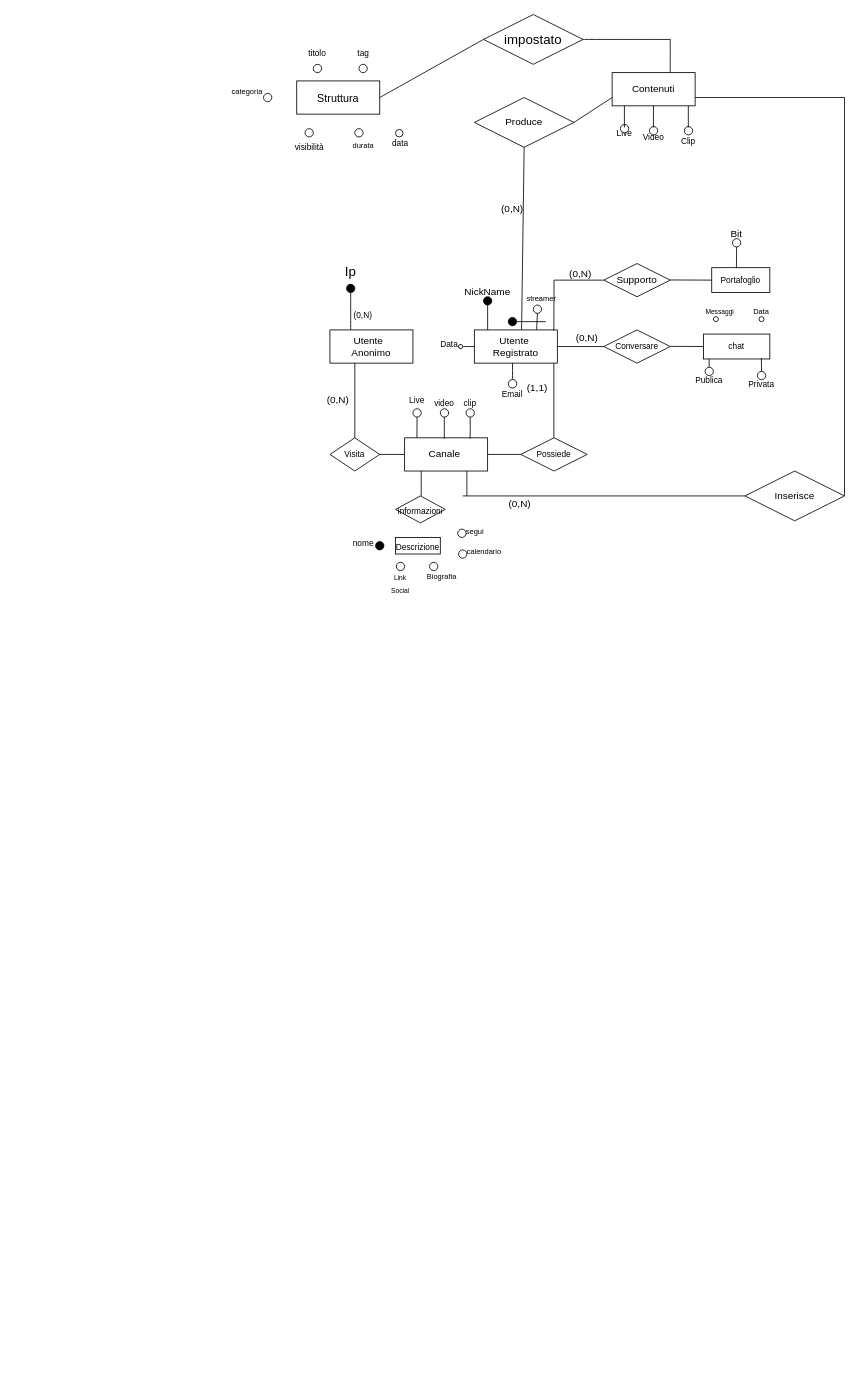
This is e_r_ridotto.drawio from Popper002/Streaming-Service-Db-project-unito, a draw.io file, before an edit. Source tidied: cells renumbered, new cells numbered last; positions are measured from the earlier drawing's top-left corner, leaving out a move shared by most shapes. Both pictures are drawn from the tidied source at 83%, with x=0, y=0 at pixel (14, 14).
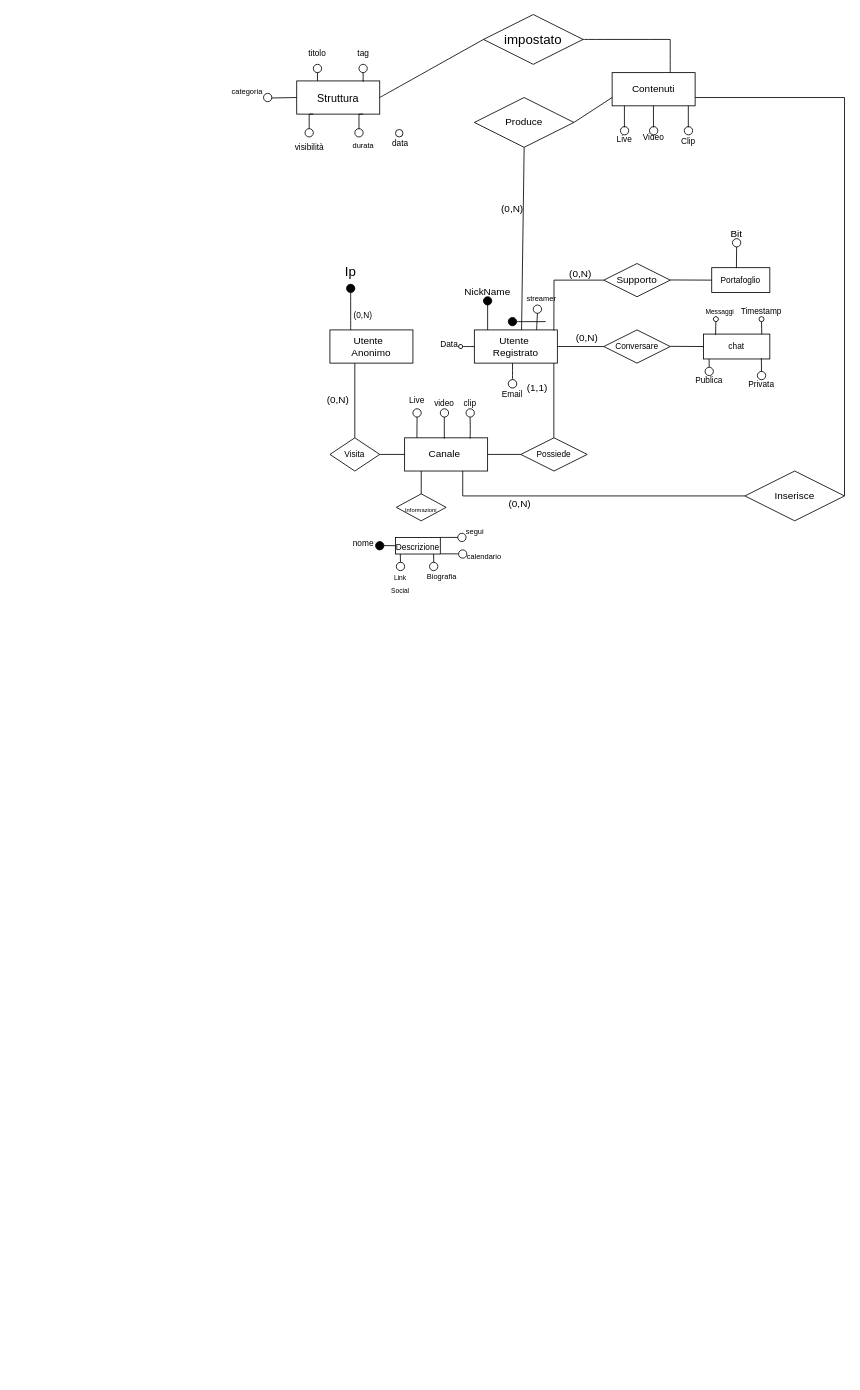
Above is the later version.

Commit message:
added lines to connect attributes, change from date to timestamp in chat

The change refers to these unchanged cells:
```xml
<mxCell id="19" value="&lt;font style=&quot;font-size: 10px;&quot;&gt;chat&lt;/font&gt;" style="whiteSpace=wrap;html=1;align=center;" parent="1" vertex="1">
  <mxGeometry x="830" y="385" width="80" height="30" as="geometry" />
</mxCell>
<mxCell id="62" style="ellipse;whiteSpace=wrap;html=1;" parent="1" vertex="1">
  <mxGeometry x="460" y="660" width="10" height="10" as="geometry" />
</mxCell>
<mxCell id="84" value="&lt;font style=&quot;font-size: 10px;&quot;&gt;Descrizione&lt;/font&gt;" style="whiteSpace=wrap;html=1;align=center;fontSize=16;" parent="1" vertex="1">
  <mxGeometry x="459" y="630" width="54" height="20" as="geometry" />
</mxCell>
<mxCell id="98" value="&lt;font style=&quot;font-size: 13px;&quot;&gt;Struttura&lt;/font&gt;" style="whiteSpace=wrap;html=1;align=center;fontSize=16;" parent="1" vertex="1">
  <mxGeometry x="340" y="80" width="100" height="40" as="geometry" />
</mxCell>
<mxCell id="99" style="ellipse;whiteSpace=wrap;html=1;" parent="1" vertex="1">
  <mxGeometry x="350" y="137.5" width="10" height="10" as="geometry" />
</mxCell>
<mxCell id="108" value="&lt;font style=&quot;font-size: 9px;&quot;&gt;categoria&lt;/font&gt;" style="text;html=1;align=center;verticalAlign=middle;points=[];strokeColor=none;fillColor=none;fontSize=16;" parent="1" vertex="1">
  <mxGeometry x="250" y="75" width="60" height="30" as="geometry" />
</mxCell>
```

What changed in the source:
```diff
@@
     <mxCell id="34" value="&lt;font style=&quot;font-size: 10px;&quot;&gt;Live&lt;/font&gt;" style="text;html=1;strokeColor=none;fillColor=none;align=center;verticalAlign=middle;whiteSpace=wrap;rounded=0;" parent="1" vertex="1">
-      <mxGeometry x="720" y="132.5" width="30" height="20" as="geometry" />
+      <mxGeometry x="720" y="140" width="30" height="20" as="geometry" />
     </mxCell>
@@
     <mxCell id="41" style="endArrow=none;html=1;rounded=0;" parent="1" edge="1">
       <mxGeometry relative="1" as="geometry">
-        <mxPoint x="545" y="550" as="sourcePoint" />
-        <mxPoint x="545" y="580" as="targetPoint" />
+        <mxPoint x="540" y="550" as="sourcePoint" />
+        <mxPoint x="540" y="580" as="targetPoint" />
       </mxGeometry>
     </mxCell>
@@
     <mxCell id="44" style="ellipse;whiteSpace=wrap;html=1;" parent="1" vertex="1">
-      <mxGeometry x="730" y="132.5" width="10" height="10" as="geometry" />
+      <mxGeometry x="730" y="135" width="10" height="10" as="geometry" />
     </mxCell>
@@
-    <mxCell id="83" value="&lt;font style=&quot;font-size: 10px;&quot;&gt;Informazioni&lt;/font&gt;" style="shape=rhombus;perimeter=rhombusPerimeter;whiteSpace=wrap;html=1;align=center;fontSize=16;" parent="1" vertex="1">
-      <mxGeometry x="459" y="580" width="60" height="32.5" as="geometry" />
+    <mxCell id="83" value="&lt;font style=&quot;font-size: 7px;&quot;&gt;Informazioni&lt;/font&gt;" style="shape=rhombus;perimeter=rhombusPerimeter;whiteSpace=wrap;html=1;align=center;fontSize=16;" parent="1" vertex="1">
+      <mxGeometry x="460" y="577.5" width="60" height="32.5" as="geometry" />
     </mxCell>
@@
-    <mxCell id="89" value="&lt;font style=&quot;font-size: 9px;&quot;&gt;Data&lt;/font&gt;" style="text;html=1;strokeColor=none;fillColor=none;align=center;verticalAlign=middle;whiteSpace=wrap;rounded=0;fontSize=16;" parent="1" vertex="1">
+    <mxCell id="89" value="&lt;font size=&quot;1&quot;&gt;Timestamp&lt;/font&gt;" style="text;html=1;strokeColor=none;fillColor=none;align=center;verticalAlign=middle;whiteSpace=wrap;rounded=0;fontSize=16;" parent="1" vertex="1">
       <mxGeometry x="870" y="340" width="60" height="30" as="geometry" />
     </mxCell>
@@
     <mxCell id="120" style="ellipse;whiteSpace=wrap;html=1;" parent="1" vertex="1">
-      <mxGeometry x="534" y="620" width="10" height="10" as="geometry" />
+      <mxGeometry x="534" y="625" width="10" height="10" as="geometry" />
     </mxCell>
     <mxCell id="121" value="&lt;font style=&quot;font-size: 9px;&quot;&gt;calendario&lt;/font&gt;" style="text;html=1;strokeColor=none;fillColor=none;align=center;verticalAlign=middle;whiteSpace=wrap;rounded=0;fontSize=16;" parent="1" vertex="1">
-      <mxGeometry x="536" y="630" width="60" height="30" as="geometry" />
+      <mxGeometry x="536" y="635" width="60" height="30" as="geometry" />
     </mxCell>
+    <mxCell id="122" style="endArrow=none;html=1;rounded=0;exitX=0.183;exitY=0.033;exitDx=0;exitDy=0;exitPerimeter=0;" parent="1" edge="1" source="19">
+      <mxGeometry relative="1" as="geometry">
+        <mxPoint x="845" y="370" as="targetPoint" />
+      </mxGeometry>
+    </mxCell>
+    <mxCell id="123" style="endArrow=none;html=1;rounded=0;exitX=0.879;exitY=0.011;exitDx=0;exitDy=0;exitPerimeter=0;" parent="1" edge="1" source="19">
+      <mxGeometry relative="1" as="geometry">
+        <mxPoint x="900" y="370" as="targetPoint" />
+      </mxGeometry>
+    </mxCell>
+    <mxCell id="124" style="endArrow=none;html=1;rounded=0;entryX=0.5;entryY=0;entryDx=0;entryDy=0;exitX=0;exitY=0.5;exitDx=0;exitDy=0;" parent="1" edge="1" source="84">
+      <mxGeometry relative="1" as="geometry">
+        <mxPoint x="445" y="639.8" as="targetPoint" />
+      </mxGeometry>
+    </mxCell>
+    <mxCell id="125" style="endArrow=none;html=1;rounded=0;entryX=0.5;entryY=0;entryDx=0;entryDy=0;exitX=0.5;exitY=0;exitDx=0;exitDy=0;" parent="1" edge="1" source="62">
+      <mxGeometry relative="1" as="geometry">
+        <mxPoint x="464.8" y="650" as="targetPoint" />
+      </mxGeometry>
+    </mxCell>
+    <mxCell id="126" style="endArrow=none;html=1;rounded=0;entryX=0.5;entryY=0;entryDx=0;entryDy=0;exitX=0.5;exitY=0;exitDx=0;exitDy=0;" parent="1" edge="1">
+      <mxGeometry relative="1" as="geometry">
+        <mxPoint x="505.1" y="660" as="sourcePoint" />
+        <mxPoint x="504.9" y="650" as="targetPoint" />
+      </mxGeometry>
+    </mxCell>
+    <mxCell id="127" style="endArrow=none;html=1;rounded=0;exitX=0.5;exitY=0;exitDx=0;exitDy=0;entryX=0;entryY=0.5;entryDx=0;entryDy=0;" parent="1" edge="1">
+      <mxGeometry relative="1" as="geometry">
+        <mxPoint x="513" y="630" as="sourcePoint" />
+        <mxPoint x="534" y="630" as="targetPoint" />
+      </mxGeometry>
+    </mxCell>
+    <mxCell id="128" style="endArrow=none;html=1;rounded=0;exitX=0.5;exitY=0;exitDx=0;exitDy=0;entryX=0;entryY=0.5;entryDx=0;entryDy=0;" parent="1" edge="1">
+      <mxGeometry relative="1" as="geometry">
+        <mxPoint x="513.5" y="649.8" as="sourcePoint" />
+        <mxPoint x="534.5" y="649.8" as="targetPoint" />
+      </mxGeometry>
+    </mxCell>
+    <mxCell id="129" style="endArrow=none;html=1;rounded=0;entryX=0.994;entryY=0.852;entryDx=0;entryDy=0;entryPerimeter=0;exitX=0;exitY=0.5;exitDx=0;exitDy=0;" parent="1" edge="1" source="98" target="108">
+      <mxGeometry relative="1" as="geometry">
+        <Array as="points">
+          <mxPoint x="340" y="100" />
+        </Array>
+      </mxGeometry>
+    </mxCell>
+    <mxCell id="130" style="endArrow=none;html=1;rounded=0;entryX=0.5;entryY=0;entryDx=0;entryDy=0;exitX=0;exitY=0.5;exitDx=0;exitDy=0;" parent="1" edge="1" target="99">
+      <mxGeometry relative="1" as="geometry">
+        <mxPoint x="360" y="120" as="sourcePoint" />
+        <Array as="points">
+          <mxPoint x="355" y="120" />
+        </Array>
+      </mxGeometry>
+    </mxCell>
+    <mxCell id="131" style="endArrow=none;html=1;rounded=0;entryX=0.5;entryY=0;entryDx=0;entryDy=0;exitX=0;exitY=0.5;exitDx=0;exitDy=0;" parent="1" edge="1">
+      <mxGeometry relative="1" as="geometry">
+        <mxPoint x="420" y="120" as="sourcePoint" />
+        <mxPoint x="415" y="138" as="targetPoint" />
+        <Array as="points">
+          <mxPoint x="415" y="120" />
+        </Array>
+      </mxGeometry>
+    </mxCell>
+    <mxCell id="132" style="endArrow=none;html=1;rounded=0;entryX=0.25;entryY=0;entryDx=0;entryDy=0;exitX=0;exitY=0.5;exitDx=0;exitDy=0;" parent="1" edge="1" target="98">
+      <mxGeometry relative="1" as="geometry">
+        <mxPoint x="365" y="70" as="sourcePoint" />
+        <Array as="points">
+          <mxPoint x="365" y="70" />
+        </Array>
+      </mxGeometry>
+    </mxCell>
+    <mxCell id="133" style="endArrow=none;html=1;rounded=0;entryX=0.8;entryY=0.031;entryDx=0;entryDy=0;entryPerimeter=0;exitX=0;exitY=0.5;exitDx=0;exitDy=0;" parent="1" edge="1" target="98">
+      <mxGeometry relative="1" as="geometry">
+        <mxPoint x="420" y="70" as="sourcePoint" />
+        <Array as="points">
+          <mxPoint x="420" y="70" />
+        </Array>
+      </mxGeometry>
+    </mxCell>
```
